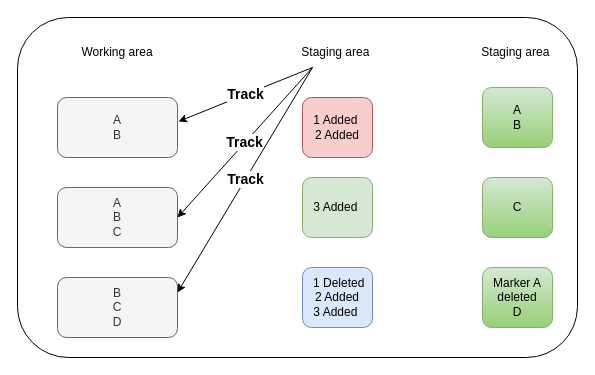
Before: page "Page-1" (1 of 2) of Untitled Diagram.drawio in Dhruv9066/Assignment, a draw.io diagram. Source tidied: cells renumbered, new cells numbered last; positions are measured from the earlier drawing's top-left corner, leaving out a move shared by most shapes. Both pictures are drawn from the tidied source at 100%, with x=0, y=0 at pixel (17, 17).
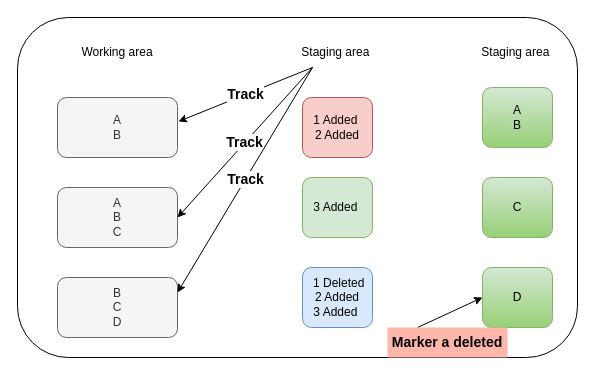
After the change.

Change to the diagram source:
```diff
@@
 <mxGraphModel>
   <root>
     <mxCell id="0" />
     <mxCell id="1" parent="0" />
     <mxCell id="2" style="rounded=1;whiteSpace=wrap;html=1;" parent="1" vertex="1">
       <mxGeometry width="560" height="340" as="geometry" />
     </mxCell>
     <mxCell id="3" value="A&lt;br&gt;B" style="rounded=1;whiteSpace=wrap;html=1;fillColor=#f5f5f5;fontColor=#333333;strokeColor=#666666;" parent="1" vertex="1">
       <mxGeometry x="40" y="80" width="120" height="60" as="geometry" />
     </mxCell>
     <mxCell id="4" value="A&lt;br&gt;B&lt;br&gt;C" style="rounded=1;whiteSpace=wrap;html=1;fillColor=#f5f5f5;fontColor=#333333;strokeColor=#666666;" parent="1" vertex="1">
       <mxGeometry x="40" y="170" width="120" height="60" as="geometry" />
     </mxCell>
     <mxCell id="5" value="B&lt;br&gt;C&lt;br&gt;D" style="rounded=1;whiteSpace=wrap;html=1;fillColor=#f5f5f5;fontColor=#333333;strokeColor=#666666;" parent="1" vertex="1">
       <mxGeometry x="40" y="260" width="120" height="60" as="geometry" />
     </mxCell>
     <mxCell id="6" value="Working area" style="text;html=1;strokeColor=none;fillColor=none;align=center;verticalAlign=middle;whiteSpace=wrap;rounded=0;" parent="1" vertex="1">
       <mxGeometry x="50" y="20" width="100" height="30" as="geometry" />
     </mxCell>
     <mxCell id="7" value="Staging area&amp;nbsp;" style="text;html=1;strokeColor=none;fillColor=none;align=center;verticalAlign=middle;whiteSpace=wrap;rounded=0;" parent="1" vertex="1">
       <mxGeometry x="270" y="20" width="100" height="30" as="geometry" />
     </mxCell>
     <mxCell id="8" value="A&lt;br&gt;B" style="rounded=1;whiteSpace=wrap;html=1;fillColor=#d5e8d4;gradientColor=#97d077;strokeColor=#82b366;" parent="1" vertex="1">
       <mxGeometry x="465" y="70" width="70" height="60" as="geometry" />
     </mxCell>
     <mxCell id="9" value="Staging area&amp;nbsp;" style="text;html=1;strokeColor=none;fillColor=none;align=center;verticalAlign=middle;whiteSpace=wrap;rounded=0;" parent="1" vertex="1">
       <mxGeometry x="450" y="20" width="100" height="30" as="geometry" />
     </mxCell>
     <mxCell id="10" value="C" style="rounded=1;whiteSpace=wrap;html=1;fillColor=#d5e8d4;gradientColor=#97d077;strokeColor=#82b366;" parent="1" vertex="1">
       <mxGeometry x="465" y="160" width="70" height="60" as="geometry" />
     </mxCell>
-    <mxCell id="11" value="Marker A deleted&lt;br&gt;D" style="rounded=1;whiteSpace=wrap;html=1;fillColor=#d5e8d4;gradientColor=#97d077;strokeColor=#82b366;" parent="1" vertex="1">
+    <mxCell id="11" value="D" style="rounded=1;whiteSpace=wrap;html=1;fillColor=#d5e8d4;gradientColor=#97d077;strokeColor=#82b366;" parent="1" vertex="1">
       <mxGeometry x="465" y="250" width="70" height="60" as="geometry" />
     </mxCell>
     <mxCell id="12" value="1 Added&amp;nbsp; &lt;br&gt;2 Added" style="rounded=1;whiteSpace=wrap;html=1;fillColor=#f8cecc;strokeColor=#b85450;" parent="1" vertex="1">
       <mxGeometry x="285" y="80" width="70" height="60" as="geometry" />
     </mxCell>
     <mxCell id="13" value="3 Added&amp;nbsp;" style="rounded=1;whiteSpace=wrap;html=1;fillColor=#d5e8d4;strokeColor=#82b366;" parent="1" vertex="1">
       <mxGeometry x="285" y="160" width="70" height="60" as="geometry" />
     </mxCell>
     <mxCell id="14" value="&amp;nbsp;1 Deleted&lt;br&gt;2 Added&lt;br&gt;3 Added&amp;nbsp;" style="rounded=1;whiteSpace=wrap;html=1;fillColor=#dae8fc;strokeColor=#6c8ebf;" parent="1" vertex="1">
       <mxGeometry x="285" y="250" width="70" height="60" as="geometry" />
     </mxCell>
     <mxCell id="15" value="&lt;b&gt;&lt;font style=&quot;font-size: 14px;&quot;&gt;Track&lt;/font&gt;&lt;/b&gt;" style="endArrow=classic;html=1;rounded=0;exitX=0.25;exitY=1;exitDx=0;exitDy=0;entryX=1.008;entryY=0.4;entryDx=0;entryDy=0;entryPerimeter=0;" parent="1" edge="1" source="7" target="3">
       <mxGeometry relative="1" as="geometry" />
     </mxCell>
     <mxCell id="16" value="&lt;b&gt;&lt;font style=&quot;font-size: 14px;&quot;&gt;Track&lt;/font&gt;&lt;/b&gt;" style="endArrow=classic;html=1;rounded=0;exitX=0.25;exitY=1;exitDx=0;exitDy=0;entryX=1;entryY=0.5;entryDx=0;entryDy=0;" parent="1" edge="1" source="7" target="4">
       <mxGeometry relative="1" as="geometry" />
     </mxCell>
     <mxCell id="17" value="&lt;b&gt;&lt;font style=&quot;font-size: 14px;&quot;&gt;Track&lt;/font&gt;&lt;/b&gt;" style="endArrow=classic;html=1;rounded=0;exitX=0.25;exitY=1;exitDx=0;exitDy=0;entryX=1;entryY=0.25;entryDx=0;entryDy=0;" parent="1" edge="1" source="7" target="5">
       <mxGeometry relative="1" as="geometry" />
     </mxCell>
+    <mxCell id="18" style="endArrow=classic;html=1;rounded=0;fontSize=14;entryX=0;entryY=0.5;entryDx=0;entryDy=0;exitX=0.25;exitY=0;exitDx=0;exitDy=0;" parent="1" edge="1" source="19" target="11">
+      <mxGeometry relative="1" as="geometry" />
+    </mxCell>
+    <mxCell id="19" value="&lt;b&gt;Marker a deleted&lt;/b&gt;" style="text;html=1;strokeColor=none;fillColor=#FFB6AB;align=center;verticalAlign=middle;whiteSpace=wrap;rounded=0;fontSize=14;" parent="1" vertex="1">
+      <mxGeometry x="370" y="310" width="120" height="30" as="geometry" />
+    </mxCell>
   </root>
 </mxGraphModel>
```
